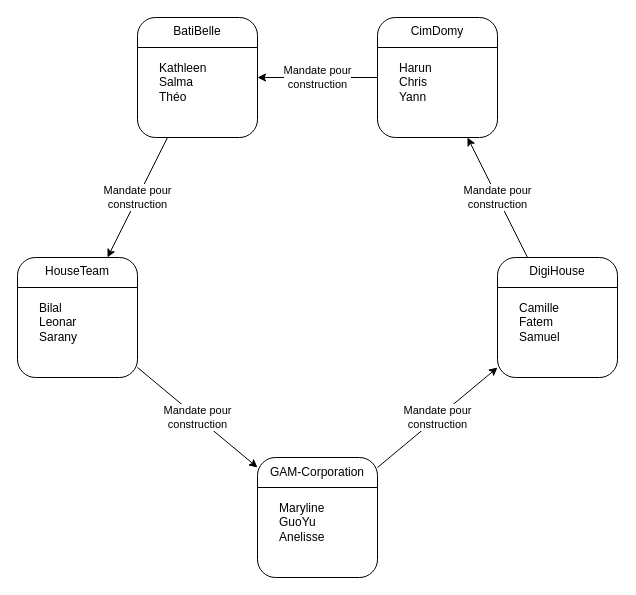
ETML-INF/306-Agilite keeps this draw.io diagram as Matériel/Entreprises.drawio. Above is the earlier version. Source tidied: cells renumbered, new cells numbered last; positions are measured from the earlier drawing's top-left corner, leaving out a move shared by most shapes. Both pictures are drawn from the tidied source at 100%, with x=0, y=0 at pixel (17, 17).
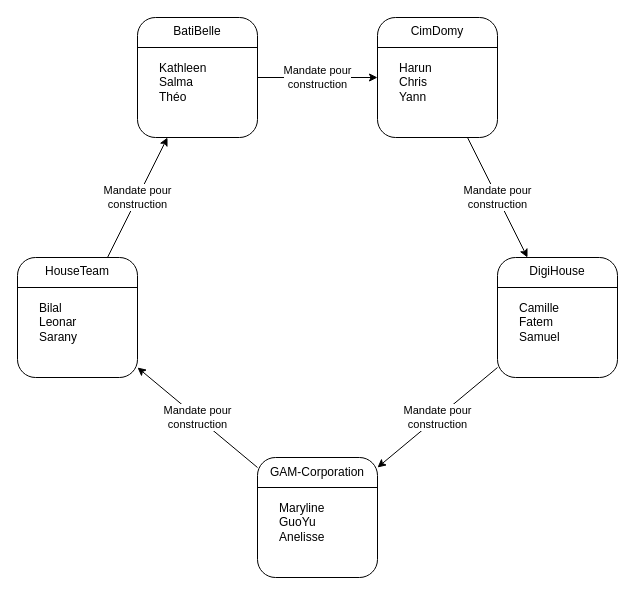
The same page after the edit.

Unchanged cells that the change refers to:
```xml
<mxCell id="3" style="rounded=1;whiteSpace=wrap;html=1;" parent="2" vertex="1">
  <mxGeometry width="120" height="120" as="geometry" />
</mxCell>
<mxCell id="8" style="rounded=1;whiteSpace=wrap;html=1;" parent="7" vertex="1">
  <mxGeometry width="120" height="120" as="geometry" />
</mxCell>
<mxCell id="13" style="rounded=1;whiteSpace=wrap;html=1;" parent="12" vertex="1">
  <mxGeometry width="120" height="120" as="geometry" />
</mxCell>
<mxCell id="18" style="rounded=1;whiteSpace=wrap;html=1;" parent="17" vertex="1">
  <mxGeometry width="120" height="120" as="geometry" />
</mxCell>
<mxCell id="23" style="rounded=1;whiteSpace=wrap;html=1;" parent="22" vertex="1">
  <mxGeometry width="120" height="120" as="geometry" />
</mxCell>
```

What changed in the source:
```diff
@@
-    <mxCell id="27" value="Mandate pour &lt;br&gt;construction" style="endArrow=classic;html=1;" parent="1" edge="1" source="3" target="13">
+    <mxCell id="27" value="Mandate pour &lt;br&gt;construction" style="endArrow=classic;html=1;" parent="1" edge="1" source="13" target="3">
       <mxGeometry relative="1" as="geometry" />
     </mxCell>
-    <mxCell id="28" value="Mandate pour &lt;br&gt;construction" style="endArrow=classic;html=1;" parent="1" edge="1" source="8" target="3">
+    <mxCell id="28" value="Mandate pour &lt;br&gt;construction" style="endArrow=classic;html=1;" parent="1" edge="1" source="3" target="8">
       <mxGeometry relative="1" as="geometry" />
     </mxCell>
-    <mxCell id="29" value="Mandate pour &lt;br&gt;construction" style="endArrow=classic;html=1;" parent="1" edge="1" source="18" target="8">
+    <mxCell id="29" value="Mandate pour &lt;br&gt;construction" style="endArrow=classic;html=1;" parent="1" edge="1" source="8" target="18">
       <mxGeometry relative="1" as="geometry" />
     </mxCell>
-    <mxCell id="30" value="Mandate pour &lt;br&gt;construction" style="endArrow=classic;html=1;" parent="1" edge="1" source="23" target="18">
+    <mxCell id="30" value="Mandate pour &lt;br&gt;construction" style="endArrow=classic;html=1;" parent="1" edge="1" source="18" target="23">
       <mxGeometry relative="1" as="geometry" />
     </mxCell>
-    <mxCell id="31" value="Mandate pour &lt;br&gt;construction" style="endArrow=classic;html=1;" parent="1" edge="1" source="13" target="23">
+    <mxCell id="31" value="Mandate pour &lt;br&gt;construction" style="endArrow=classic;html=1;" parent="1" edge="1" source="23" target="13">
       <mxGeometry relative="1" as="geometry" />
     </mxCell>
```
